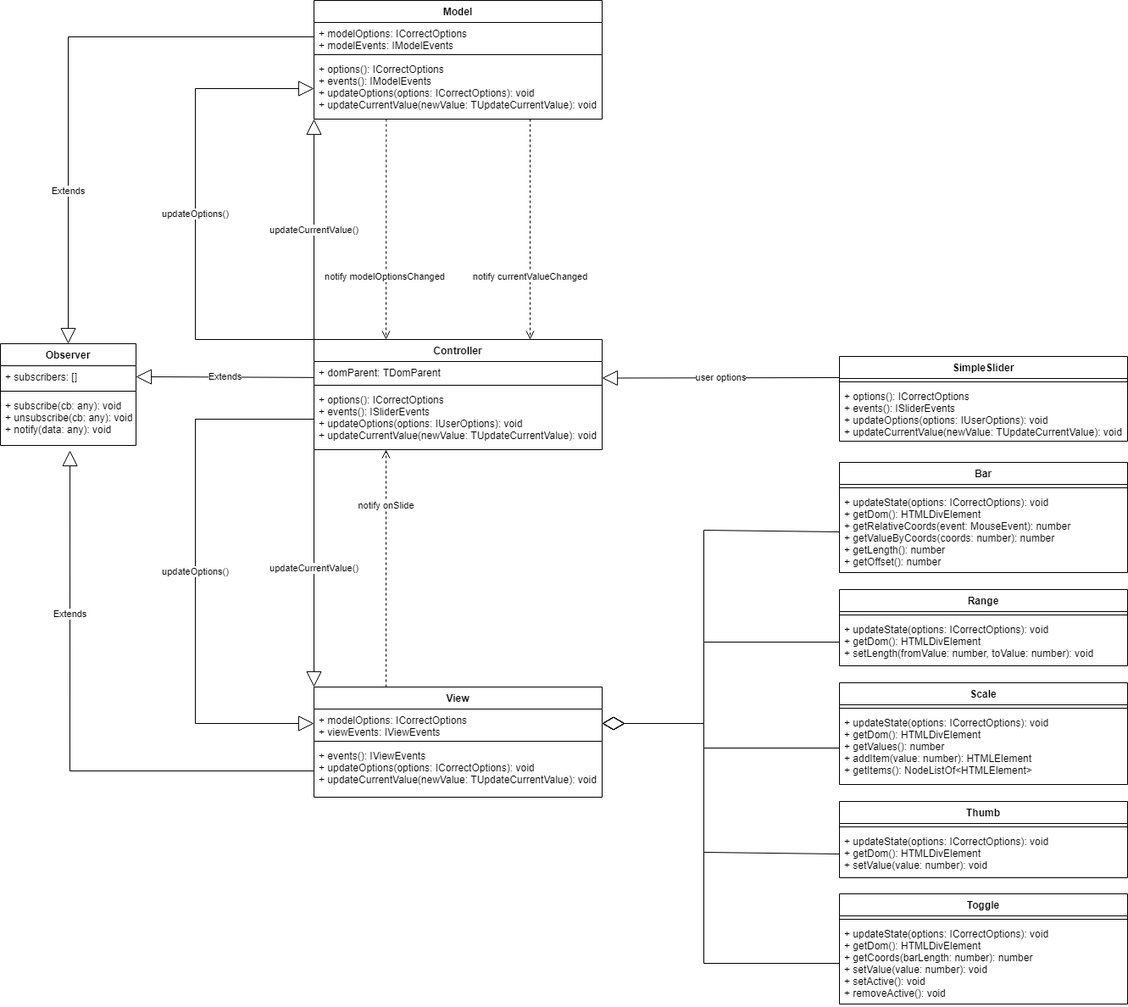
Earlier version of the draw.io export UML SimpleSlider.png (TimofeySyrov/simpleSlider). Source tidied: cells renumbered, new cells last; positions are measured from the earlier drawing's top-left corner, leaving out a move shared by most shapes.
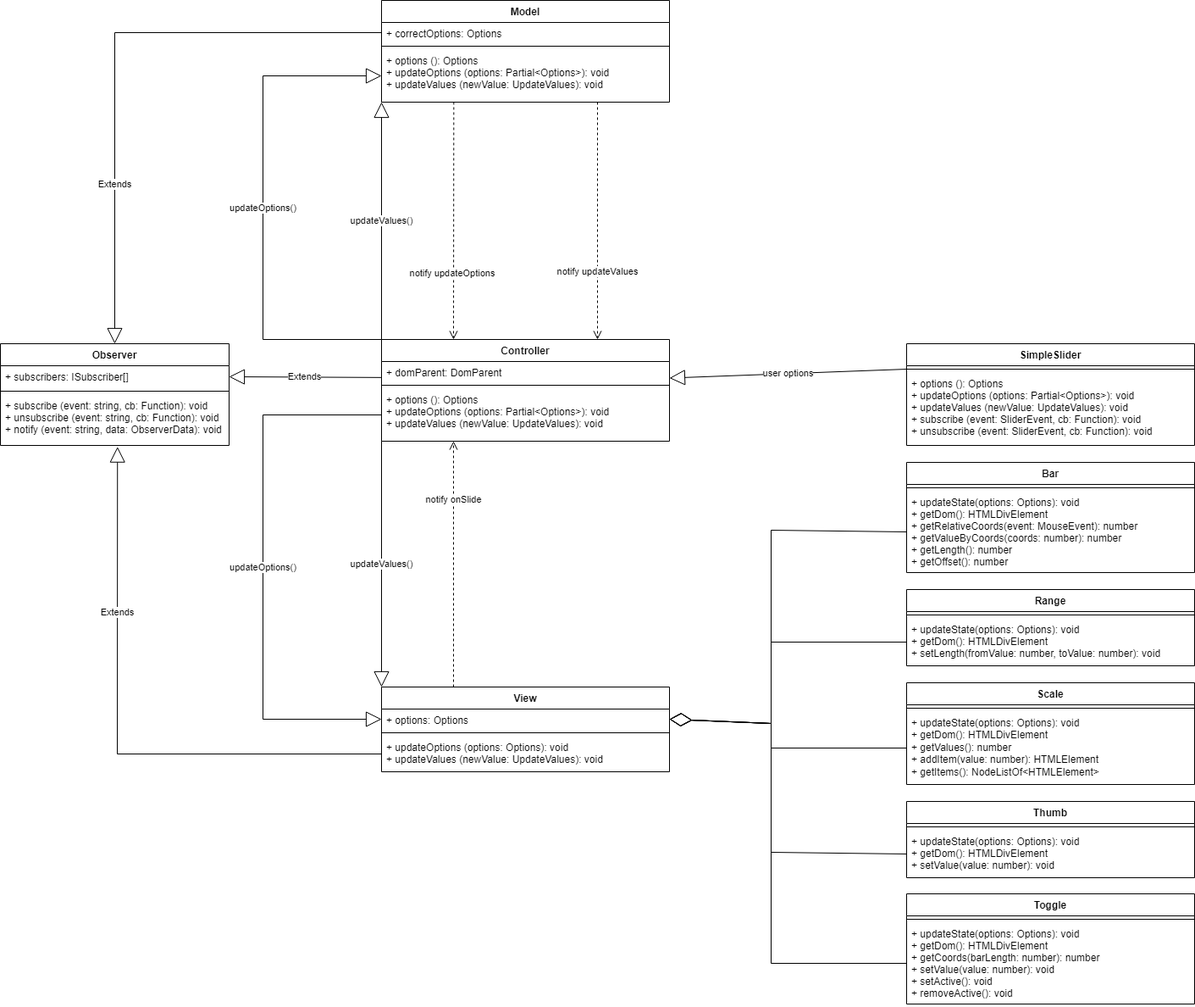
The same file after the commit.

Commit message:
Обновление UML диаграммы #8

What changed in the source:
```diff
@@ -5,29 +5,29 @@
     <mxCell id="2" value="Observer" style="swimlane;fontStyle=1;align=center;verticalAlign=top;horizontal=1;startSize=26;" parent="1" vertex="1">
-      <mxGeometry y="405" width="160" height="120" as="geometry" />
+      <mxGeometry x="-80" y="405" width="270" height="120" as="geometry" />
     </mxCell>
-    <mxCell id="3" value="+ subscribers: []" style="text;strokeColor=none;fillColor=none;align=left;verticalAlign=top;spacingLeft=4;spacingRight=4;overflow=hidden;points=[[0,0.5],[1,0.5]];portConstraint=eastwest;" parent="2" vertex="1">
-      <mxGeometry y="26" width="160" height="26" as="geometry" />
+    <mxCell id="3" value="+ subscribers: ISubscriber[]" style="text;strokeColor=none;fillColor=none;align=left;verticalAlign=top;spacingLeft=4;spacingRight=4;overflow=hidden;points=[[0,0.5],[1,0.5]];portConstraint=eastwest;" parent="2" vertex="1">
+      <mxGeometry y="26" width="270" height="26" as="geometry" />
     </mxCell>
     <mxCell id="4" style="line;strokeWidth=1;fillColor=none;align=left;verticalAlign=middle;spacingTop=-1;spacingLeft=3;spacingRight=3;labelPosition=right;" parent="2" vertex="1">
-      <mxGeometry y="52" width="160" height="8" as="geometry" />
+      <mxGeometry y="52" width="270" height="8" as="geometry" />
     </mxCell>
-    <mxCell id="5" value="+ subscribe(cb: any): void&#10;+ unsubscribe(cb: any): void&#10;+ notify(data: any): void" style="text;strokeColor=none;fillColor=none;align=left;verticalAlign=top;spacingLeft=4;spacingRight=4;overflow=hidden;points=[[0,0.5],[1,0.5]];portConstraint=eastwest;" parent="2" vertex="1">
-      <mxGeometry y="60" width="160" height="60" as="geometry" />
+    <mxCell id="5" value="+ subscribe (event: string, cb: Function): void&#10;+ unsubscribe (event: string, cb: Function): void&#10;+ notify (event: string, data: ObserverData): void" style="text;strokeColor=none;fillColor=none;align=left;verticalAlign=top;spacingLeft=4;spacingRight=4;overflow=hidden;points=[[0,0.5],[1,0.5]];portConstraint=eastwest;" parent="2" vertex="1">
+      <mxGeometry y="60" width="270" height="60" as="geometry" />
     </mxCell>
     <mxCell id="6" value="Model" style="swimlane;fontStyle=1;align=center;verticalAlign=top;horizontal=1;startSize=26;" parent="1" vertex="1">
-      <mxGeometry x="370" width="340" height="140" as="geometry" />
+      <mxGeometry x="370" width="340" height="120" as="geometry" />
     </mxCell>
-    <mxCell id="7" value="+ modelOptions: ICorrectOptions&#10;+ modelEvents: IModelEvents" style="text;strokeColor=none;fillColor=none;align=left;verticalAlign=top;spacingLeft=4;spacingRight=4;overflow=hidden;points=[[0,0.5],[1,0.5]];portConstraint=eastwest;" parent="6" vertex="1">
-      <mxGeometry y="26" width="340" height="34" as="geometry" />
+    <mxCell id="7" value="+ correctOptions: Options" style="text;strokeColor=none;fillColor=none;align=left;verticalAlign=top;spacingLeft=4;spacingRight=4;overflow=hidden;points=[[0,0.5],[1,0.5]];portConstraint=eastwest;" parent="6" vertex="1">
+      <mxGeometry y="26" width="340" height="24" as="geometry" />
     </mxCell>
     <mxCell id="8" style="line;strokeWidth=1;fillColor=none;align=left;verticalAlign=middle;spacingTop=-1;spacingLeft=3;spacingRight=3;labelPosition=right;" parent="6" vertex="1">
-      <mxGeometry y="60" width="340" height="8" as="geometry" />
+      <mxGeometry y="50" width="340" height="8" as="geometry" />
     </mxCell>
-    <mxCell id="9" value="+ options(): ICorrectOptions&#10;+ events(): IModelEvents&#10;+ updateOptions(options: ICorrectOptions): void&#10;+ updateCurrentValue(newValue: TUpdateCurrentValue): void" style="text;strokeColor=none;fillColor=none;align=left;verticalAlign=top;spacingLeft=4;spacingRight=4;overflow=hidden;points=[[0,0.5],[1,0.5]];portConstraint=eastwest;" parent="6" vertex="1">
-      <mxGeometry y="68" width="340" height="72" as="geometry" />
+    <mxCell id="9" value="+ options (): Options&#10;+ updateOptions (options: Partial&lt;Options&gt;): void&#10;+ updateValues (newValue: UpdateValues): void" style="text;strokeColor=none;fillColor=none;align=left;verticalAlign=top;spacingLeft=4;spacingRight=4;overflow=hidden;points=[[0,0.5],[1,0.5]];portConstraint=eastwest;" parent="6" vertex="1">
+      <mxGeometry y="58" width="340" height="62" as="geometry" />
     </mxCell>
     <mxCell id="10" value="Controller" style="swimlane;fontStyle=1;align=center;verticalAlign=top;horizontal=1;startSize=26;" parent="1" vertex="1">
-      <mxGeometry x="370" y="400" width="340" height="130" as="geometry" />
+      <mxGeometry x="370" y="400" width="340" height="120" as="geometry" />
     </mxCell>
-    <mxCell id="11" value="+ domParent: TDomParent" style="text;strokeColor=none;fillColor=none;align=left;verticalAlign=top;spacingLeft=4;spacingRight=4;overflow=hidden;points=[[0,0.5],[1,0.5]];portConstraint=eastwest;" parent="10" vertex="1">
+    <mxCell id="11" value="+ domParent: DomParent" style="text;strokeColor=none;fillColor=none;align=left;verticalAlign=top;spacingLeft=4;spacingRight=4;overflow=hidden;points=[[0,0.5],[1,0.5]];portConstraint=eastwest;" parent="10" vertex="1">
       <mxGeometry y="26" width="340" height="24" as="geometry" />
@@ -37,16 +37,16 @@
     </mxCell>
-    <mxCell id="13" value="+ options(): ICorrectOptions&#10;+ events(): ISliderEvents&#10;+ updateOptions(options: IUserOptions): void&#10;+ updateCurrentValue(newValue: TUpdateCurrentValue): void" style="text;strokeColor=none;fillColor=none;align=left;verticalAlign=top;spacingLeft=4;spacingRight=4;overflow=hidden;points=[[0,0.5],[1,0.5]];portConstraint=eastwest;" parent="10" vertex="1">
-      <mxGeometry y="58" width="340" height="72" as="geometry" />
+    <mxCell id="13" value="+ options (): Options&#10;+ updateOptions (options: Partial&lt;Options&gt;): void&#10;+ updateValues (newValue: UpdateValues): void" style="text;strokeColor=none;fillColor=none;align=left;verticalAlign=top;spacingLeft=4;spacingRight=4;overflow=hidden;points=[[0,0.5],[1,0.5]];portConstraint=eastwest;" parent="10" vertex="1">
+      <mxGeometry y="58" width="340" height="62" as="geometry" />
     </mxCell>
     <mxCell id="14" value="View" style="swimlane;fontStyle=1;align=center;verticalAlign=top;horizontal=1;startSize=26;" parent="1" vertex="1">
-      <mxGeometry x="370" y="810" width="340" height="130" as="geometry" />
+      <mxGeometry x="370" y="810" width="340" height="100" as="geometry" />
     </mxCell>
-    <mxCell id="15" value="+ modelOptions: ICorrectOptions&#10;+ viewEvents: IViewEvents" style="text;strokeColor=none;fillColor=none;align=left;verticalAlign=top;spacingLeft=4;spacingRight=4;overflow=hidden;points=[[0,0.5],[1,0.5]];portConstraint=eastwest;" parent="14" vertex="1">
-      <mxGeometry y="26" width="340" height="34" as="geometry" />
+    <mxCell id="15" value="+ options: Options" style="text;strokeColor=none;fillColor=none;align=left;verticalAlign=top;spacingLeft=4;spacingRight=4;overflow=hidden;points=[[0,0.5],[1,0.5]];portConstraint=eastwest;" parent="14" vertex="1">
+      <mxGeometry y="26" width="340" height="24" as="geometry" />
     </mxCell>
     <mxCell id="16" style="line;strokeWidth=1;fillColor=none;align=left;verticalAlign=middle;spacingTop=-1;spacingLeft=3;spacingRight=3;labelPosition=right;" parent="14" vertex="1">
-      <mxGeometry y="60" width="340" height="8" as="geometry" />
+      <mxGeometry y="50" width="340" height="8" as="geometry" />
     </mxCell>
-    <mxCell id="17" value="+ events(): IViewEvents&#10;+ updateOptions(options: ICorrectOptions): void&#10;+ updateCurrentValue(newValue: TUpdateCurrentValue): void" style="text;strokeColor=none;fillColor=none;align=left;verticalAlign=top;spacingLeft=4;spacingRight=4;overflow=hidden;points=[[0,0.5],[1,0.5]];portConstraint=eastwest;" parent="14" vertex="1">
-      <mxGeometry y="68" width="340" height="62" as="geometry" />
+    <mxCell id="17" value="+ updateOptions (options: Options): void&#10;+ updateValues (newValue: UpdateValues): void" style="text;strokeColor=none;fillColor=none;align=left;verticalAlign=top;spacingLeft=4;spacingRight=4;overflow=hidden;points=[[0,0.5],[1,0.5]];portConstraint=eastwest;" parent="14" vertex="1">
+      <mxGeometry y="58" width="340" height="42" as="geometry" />
     </mxCell>
@@ -58,3 +58,3 @@
     </mxCell>
-    <mxCell id="20" value="+ updateState(options: ICorrectOptions): void&#10;+ getDom(): HTMLDivElement&#10;+ getRelativeCoords(event: MouseEvent): number&#10;+ getValueByCoords(coords: number): number&#10;+ getLength(): number&#10;+ getOffset(): number " style="text;strokeColor=none;fillColor=none;align=left;verticalAlign=top;spacingLeft=4;spacingRight=4;overflow=hidden;points=[[0,0.5],[1,0.5]];portConstraint=eastwest;" parent="18" vertex="1">
+    <mxCell id="20" value="+ updateState(options: Options): void&#10;+ getDom(): HTMLDivElement&#10;+ getRelativeCoords(event: MouseEvent): number&#10;+ getValueByCoords(coords: number): number&#10;+ getLength(): number&#10;+ getOffset(): number " style="text;strokeColor=none;fillColor=none;align=left;verticalAlign=top;spacingLeft=4;spacingRight=4;overflow=hidden;points=[[0,0.5],[1,0.5]];portConstraint=eastwest;" parent="18" vertex="1">
       <mxGeometry y="34" width="340" height="96" as="geometry" />
@@ -67,3 +67,3 @@
     </mxCell>
-    <mxCell id="23" value="+ updateState(options: ICorrectOptions): void&#10;+ getDom(): HTMLDivElement&#10;+ setLength(fromValue: number, toValue: number): void" style="text;strokeColor=none;fillColor=none;align=left;verticalAlign=top;spacingLeft=4;spacingRight=4;overflow=hidden;points=[[0,0.5],[1,0.5]];portConstraint=eastwest;" parent="21" vertex="1">
+    <mxCell id="23" value="+ updateState(options: Options): void&#10;+ getDom(): HTMLDivElement&#10;+ setLength(fromValue: number, toValue: number): void" style="text;strokeColor=none;fillColor=none;align=left;verticalAlign=top;spacingLeft=4;spacingRight=4;overflow=hidden;points=[[0,0.5],[1,0.5]];portConstraint=eastwest;" parent="21" vertex="1">
       <mxGeometry y="34" width="340" height="56" as="geometry" />
@@ -76,3 +76,3 @@
     </mxCell>
-    <mxCell id="26" value="+ updateState(options: ICorrectOptions): void&lt;br&gt;+ getDom(): HTMLDivElement&lt;br&gt;+ getValues(): number&lt;br&gt;+ addItem(value: number): HTMLElement&lt;br&gt;+ getItems(): NodeListOf&amp;lt;HTMLElement&amp;gt;" style="text;strokeColor=none;fillColor=none;align=left;verticalAlign=top;spacingLeft=4;spacingRight=4;overflow=hidden;points=[[0,0.5],[1,0.5]];portConstraint=eastwest;html=1;" parent="24" vertex="1">
+    <mxCell id="26" value="+ updateState(options: Options): void&lt;br&gt;+ getDom(): HTMLDivElement&lt;br&gt;+ getValues(): number&lt;br&gt;+ addItem(value: number): HTMLElement&lt;br&gt;+ getItems(): NodeListOf&amp;lt;HTMLElement&amp;gt;" style="text;strokeColor=none;fillColor=none;align=left;verticalAlign=top;spacingLeft=4;spacingRight=4;overflow=hidden;points=[[0,0.5],[1,0.5]];portConstraint=eastwest;html=1;" parent="24" vertex="1">
       <mxGeometry y="34" width="340" height="86" as="geometry" />
@@ -85,3 +85,3 @@
     </mxCell>
-    <mxCell id="29" value="+ updateState(options: ICorrectOptions): void&#10;+ getDom(): HTMLDivElement&#10;+ setValue(value: number): void" style="text;strokeColor=none;fillColor=none;align=left;verticalAlign=top;spacingLeft=4;spacingRight=4;overflow=hidden;points=[[0,0.5],[1,0.5]];portConstraint=eastwest;" parent="27" vertex="1">
+    <mxCell id="29" value="+ updateState(options: Options): void&#10;+ getDom(): HTMLDivElement&#10;+ setValue(value: number): void" style="text;strokeColor=none;fillColor=none;align=left;verticalAlign=top;spacingLeft=4;spacingRight=4;overflow=hidden;points=[[0,0.5],[1,0.5]];portConstraint=eastwest;" parent="27" vertex="1">
       <mxGeometry y="34" width="340" height="56" as="geometry" />
@@ -94,3 +94,3 @@
     </mxCell>
-    <mxCell id="32" value="+ updateState(options: ICorrectOptions): void&#10;+ getDom(): HTMLDivElement&#10;+ getCoords(barLength: number): number&#10;+ setValue(value: number): void&#10;+ setActive(): void&#10;+ removeActive(): void" style="text;strokeColor=none;fillColor=none;align=left;verticalAlign=top;spacingLeft=4;spacingRight=4;overflow=hidden;points=[[0,0.5],[1,0.5]];portConstraint=eastwest;" parent="30" vertex="1">
+    <mxCell id="32" value="+ updateState(options: Options): void&#10;+ getDom(): HTMLDivElement&#10;+ getCoords(barLength: number): number&#10;+ setValue(value: number): void&#10;+ setActive(): void&#10;+ removeActive(): void" style="text;strokeColor=none;fillColor=none;align=left;verticalAlign=top;spacingLeft=4;spacingRight=4;overflow=hidden;points=[[0,0.5],[1,0.5]];portConstraint=eastwest;" parent="30" vertex="1">
       <mxGeometry y="34" width="340" height="96" as="geometry" />
@@ -100,6 +100,6 @@
     </mxCell>
-    <mxCell id="34" value="Extends" style="endArrow=block;endSize=16;endFill=0;html=1;strokeColor=default;exitX=0;exitY=0.5;exitDx=0;exitDy=0;entryX=0.513;entryY=1.1;entryDx=0;entryDy=0;rounded=0;entryPerimeter=0;" parent="1" edge="1" source="17" target="5">
+    <mxCell id="34" value="Extends" style="endArrow=block;endSize=16;endFill=0;html=1;strokeColor=default;exitX=0;exitY=0.5;exitDx=0;exitDy=0;entryX=0.512;entryY=1.027;entryDx=0;entryDy=0;rounded=0;entryPerimeter=0;" parent="1" edge="1" source="17" target="5">
       <mxGeometry x="0.42" relative="1" as="geometry">
         <Array as="points">
-          <mxPoint x="82" y="909" />
+          <mxPoint x="58" y="889" />
         </Array>
@@ -111,3 +111,3 @@
         <Array as="points">
-          <mxPoint x="80" y="43" />
+          <mxPoint x="55" y="38" />
         </Array>
@@ -116,3 +116,3 @@
     <mxCell id="36" value="SimpleSlider" style="swimlane;fontStyle=1;align=center;verticalAlign=top;horizontal=1;startSize=26;" parent="1" vertex="1">
-      <mxGeometry x="990" y="420" width="340" height="100" as="geometry" />
+      <mxGeometry x="990" y="405" width="340" height="120" as="geometry" />
     </mxCell>
@@ -121,4 +121,4 @@
     </mxCell>
-    <mxCell id="38" value="+ options(): ICorrectOptions&#10;+ events(): ISliderEvents&#10;+ updateOptions(options: IUserOptions): void&#10;+ updateCurrentValue(newValue: TUpdateCurrentValue): void" style="text;strokeColor=none;fillColor=none;align=left;verticalAlign=top;spacingLeft=4;spacingRight=4;overflow=hidden;" parent="36" vertex="1">
-      <mxGeometry y="34" width="340" height="66" as="geometry" />
+    <mxCell id="38" value="+ options (): Options&#10;+ updateOptions (options: Partial&lt;Options&gt;): void&#10;+ updateValues (newValue: UpdateValues): void&#10;+ subscribe (event: SliderEvent, cb: Function): void&#10;+ unsubscribe (event: SliderEvent, cb: Function): void" style="text;strokeColor=none;fillColor=none;align=left;verticalAlign=top;spacingLeft=4;spacingRight=4;overflow=hidden;" parent="36" vertex="1">
+      <mxGeometry y="34" width="340" height="86" as="geometry" />
     </mxCell>
@@ -131,3 +131,3 @@
           <mxPoint x="230" y="400" />
-          <mxPoint x="230" y="104" />
+          <mxPoint x="230" y="89" />
         </Array>
@@ -138,4 +138,4 @@
         <Array as="points">
-          <mxPoint x="230" y="494" />
-          <mxPoint x="230" y="853" />
+          <mxPoint x="230" y="489" />
+          <mxPoint x="230" y="848" />
         </Array>
@@ -143,6 +143,6 @@
     </mxCell>
-    <mxCell id="42" value="notify modelOptionsChanged&amp;nbsp;" style="html=1;verticalAlign=bottom;endArrow=open;dashed=1;endSize=8;strokeColor=default;entryX=0.25;entryY=0;entryDx=0;entryDy=0;rounded=0;exitX=0.251;exitY=0.999;exitDx=0;exitDy=0;exitPerimeter=0;" parent="1" edge="1" source="9" target="10">
+    <mxCell id="42" value="notify updateOptions&amp;nbsp;" style="html=1;verticalAlign=bottom;endArrow=open;dashed=1;endSize=8;strokeColor=default;entryX=0.25;entryY=0;entryDx=0;entryDy=0;rounded=0;exitX=0.251;exitY=0.999;exitDx=0;exitDy=0;exitPerimeter=0;" parent="1" edge="1" source="9" target="10">
       <mxGeometry x="0.5" relative="1" as="geometry" />
     </mxCell>
-    <mxCell id="43" value="notify currentValueChanged" style="html=1;verticalAlign=bottom;endArrow=open;dashed=1;endSize=8;strokeColor=default;exitX=0.75;exitY=1;exitDx=0;exitDy=0;entryX=0.75;entryY=0;entryDx=0;entryDy=0;" parent="1" edge="1" source="6" target="10">
+    <mxCell id="43" value="notify updateValues" style="html=1;verticalAlign=bottom;endArrow=open;dashed=1;endSize=8;strokeColor=default;exitX=0.75;exitY=1;exitDx=0;exitDy=0;entryX=0.75;entryY=0;entryDx=0;entryDy=0;" parent="1" edge="1" source="6" target="10">
       <mxGeometry x="0.5" relative="1" as="geometry" />
@@ -152,6 +152,6 @@
     </mxCell>
-    <mxCell id="45" value="updateCurrentValue()" style="endArrow=block;endSize=16;endFill=0;html=1;strokeColor=default;exitX=0;exitY=1;exitDx=0;exitDy=0;entryX=0;entryY=0;entryDx=0;entryDy=0;" parent="1" edge="1" source="10" target="14">
+    <mxCell id="45" value="updateValues()" style="endArrow=block;endSize=16;endFill=0;html=1;strokeColor=default;exitX=0;exitY=1;exitDx=0;exitDy=0;entryX=0;entryY=0;entryDx=0;entryDy=0;" parent="1" edge="1" source="10" target="14">
       <mxGeometry relative="1" as="geometry" />
     </mxCell>
-    <mxCell id="46" value="updateCurrentValue()" style="endArrow=block;endSize=16;endFill=0;html=1;strokeColor=default;exitX=0;exitY=0;exitDx=0;exitDy=0;entryX=0;entryY=1;entryDx=0;entryDy=0;" parent="1" edge="1" source="10" target="6">
+    <mxCell id="46" value="updateValues()" style="endArrow=block;endSize=16;endFill=0;html=1;strokeColor=default;exitX=0;exitY=0;exitDx=0;exitDy=0;entryX=0;entryY=1;entryDx=0;entryDy=0;" parent="1" edge="1" source="10" target="6">
       <mxGeometry relative="1" as="geometry" />
```
